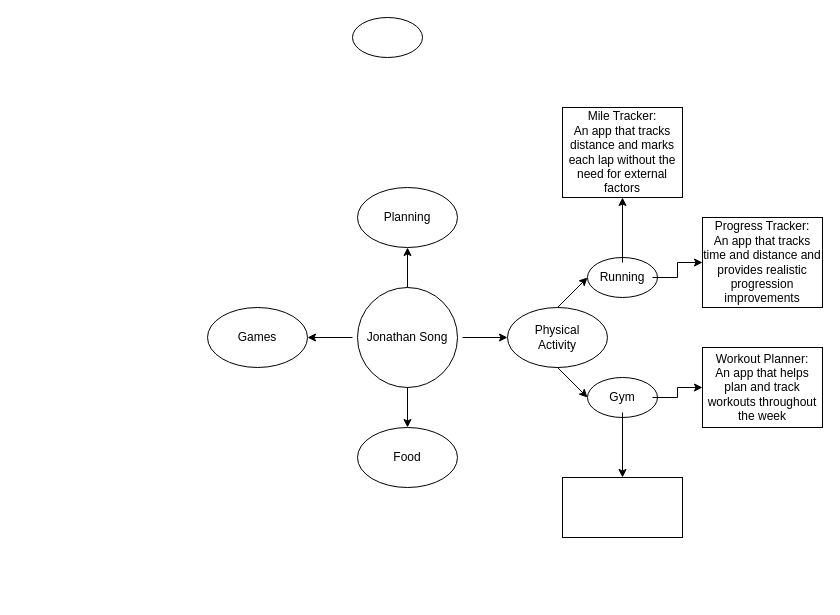
Before: Untitled Diagram.drawio in boboflofo/ideaboard, a draw.io diagram. Source tidied: cells renumbered, new cells numbered last; positions are measured from the earlier drawing's top-left corner, leaving out a move shared by most shapes. Both pictures are drawn from the tidied source at 100%, with x=0, y=0 at pixel (207, 17).
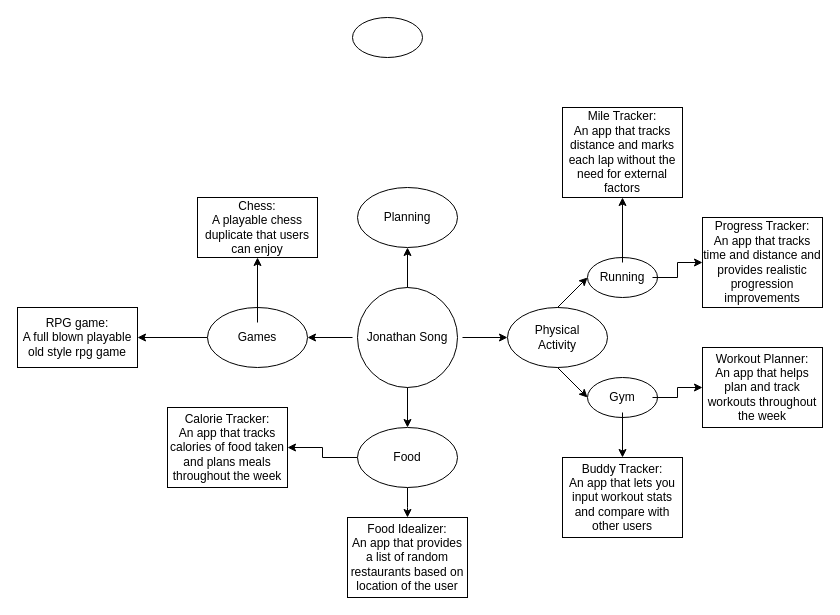
The same diagram, later.

Commit message:
finish game and food basics

The change refers to these unchanged cells:
```xml
<mxCell id="8" style="ellipse;whiteSpace=wrap;html=1;" parent="1" vertex="1">
  <mxGeometry x="150" y="410" width="100" height="60" as="geometry" />
</mxCell>
<mxCell id="9" style="ellipse;whiteSpace=wrap;html=1;" parent="1" vertex="1">
  <mxGeometry y="290" width="100" height="60" as="geometry" />
</mxCell>
<mxCell id="14" value="Games" style="text;strokeColor=none;align=center;fillColor=none;html=1;verticalAlign=middle;whiteSpace=wrap;rounded=0;" parent="1" vertex="1">
  <mxGeometry x="20" y="305" width="60" height="30" as="geometry" />
</mxCell>
```

Diff of the diagram source:
```diff
@@
+    <mxCell id="31" style="edgeStyle=orthogonalEdgeStyle;rounded=0;jettySize=auto;html=1;" parent="1" edge="1" source="8">
+      <mxGeometry relative="1" as="geometry">
+        <mxPoint x="200" y="500" as="targetPoint" />
+      </mxGeometry>
+    </mxCell>
+    <mxCell id="32" style="edgeStyle=orthogonalEdgeStyle;rounded=0;jettySize=auto;html=1;" parent="1" edge="1" source="8" target="36">
+      <mxGeometry relative="1" as="geometry" />
+    </mxCell>
@@
+    <mxCell id="33" style="edgeStyle=orthogonalEdgeStyle;rounded=0;jettySize=auto;html=1;" parent="1" edge="1" source="9" target="37">
+      <mxGeometry relative="1" as="geometry" />
+    </mxCell>
@@
+    <mxCell id="34" style="edgeStyle=orthogonalEdgeStyle;rounded=0;jettySize=auto;html=1;" parent="1" edge="1" source="14" target="38">
+      <mxGeometry relative="1" as="geometry" />
+    </mxCell>
@@
-    <mxCell id="30" style="whiteSpace=wrap;html=1;" parent="1" vertex="1">
-      <mxGeometry x="355" y="460" width="120" height="60" as="geometry" />
+    <mxCell id="30" value="Buddy Tracker:&lt;br&gt;An app that lets you input workout stats and compare with other users" style="whiteSpace=wrap;html=1;" parent="1" vertex="1">
+      <mxGeometry x="355" y="440" width="120" height="80" as="geometry" />
     </mxCell>
+    <mxCell id="35" value="Food Idealizer:&lt;br&gt;An app that provides a list of random restaurants based on location of the user" style="whiteSpace=wrap;html=1;" parent="1" vertex="1">
+      <mxGeometry x="140" y="500" width="120" height="80" as="geometry" />
+    </mxCell>
+    <mxCell id="36" value="Calorie Tracker:&lt;br&gt;An app that tracks calories of food taken and plans meals throughout the week" style="whiteSpace=wrap;html=1;" parent="1" vertex="1">
+      <mxGeometry x="-40" y="390" width="120" height="80" as="geometry" />
+    </mxCell>
+    <mxCell id="37" value="RPG game:&lt;br&gt;A full blown playable old style rpg game" style="whiteSpace=wrap;html=1;" parent="1" vertex="1">
+      <mxGeometry x="-190" y="290" width="120" height="60" as="geometry" />
+    </mxCell>
+    <mxCell id="38" value="Chess:&lt;br&gt;A playable chess duplicate that users can enjoy" style="whiteSpace=wrap;html=1;" parent="1" vertex="1">
+      <mxGeometry x="-10" y="180" width="120" height="60" as="geometry" />
+    </mxCell>
```
